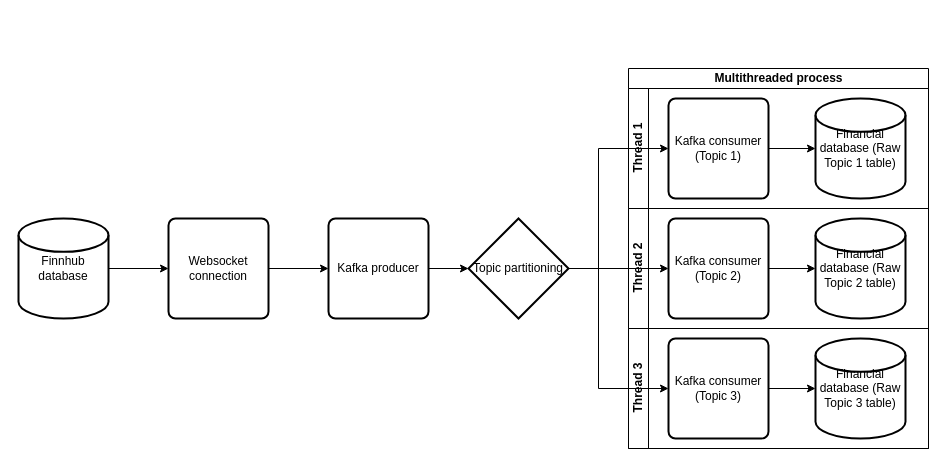
georgeslane/trading_data_etl keeps this draw.io diagram as page "Kafka Dataflow diagram" (3 of 4) of architecture_diagrams.drawio. Above is the earlier version. Source tidied: cells renumbered, new cells numbered last; positions are measured from the earlier drawing's top-left corner, leaving out a move shared by most shapes. Both pictures are drawn from the tidied source at 100%, with x=0, y=0 at pixel (18, 68).
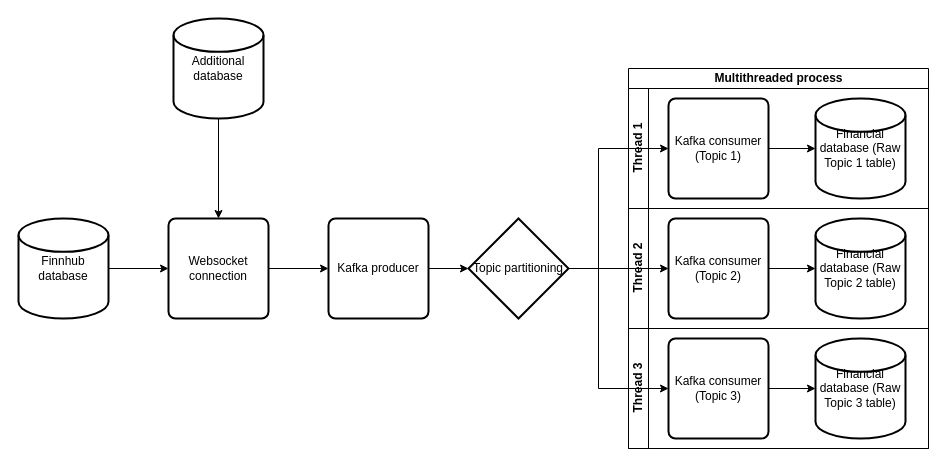
After the change.

Unchanged cells that the change refers to:
```xml
<mxCell id="5" value="Websocket connection" style="rounded=1;whiteSpace=wrap;html=1;absoluteArcSize=1;arcSize=14;strokeWidth=2;" parent="1" vertex="1">
  <mxGeometry x="150" y="150" width="100" height="100" as="geometry" />
</mxCell>
```

Change to the diagram source:
```diff
@@
+    <mxCell id="25" style="edgeStyle=orthogonalEdgeStyle;rounded=0;jettySize=auto;html=1;exitX=0.5;exitY=1;exitDx=0;exitDy=0;exitPerimeter=0;" parent="1" edge="1" source="26" target="5">
+      <mxGeometry relative="1" as="geometry" />
+    </mxCell>
+    <mxCell id="26" value="Additional database" style="strokeWidth=2;html=1;shape=mxgraph.flowchart.database;whiteSpace=wrap;" parent="1" vertex="1">
+      <mxGeometry x="155" y="-50" width="90" height="100" as="geometry" />
+    </mxCell>
```
